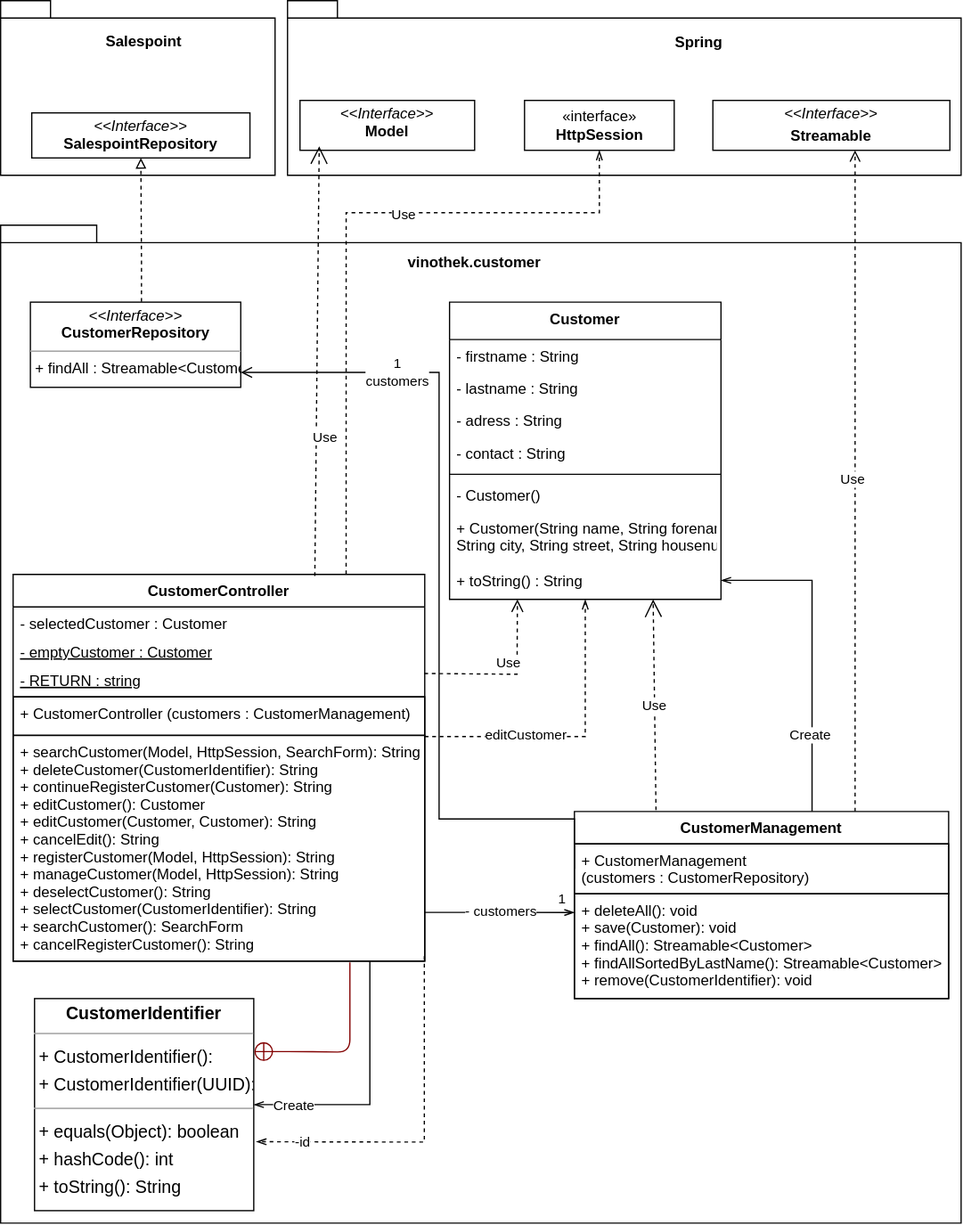
Above: diagrams SWP/Klassendiagramm Customer.drawio.svg in StarSkiller/Diagrams (draw.io), before the change. Source tidied: cells renumbered, new cells last; positions are measured from the earlier drawing's top-left corner, leaving out a move shared by most shapes.
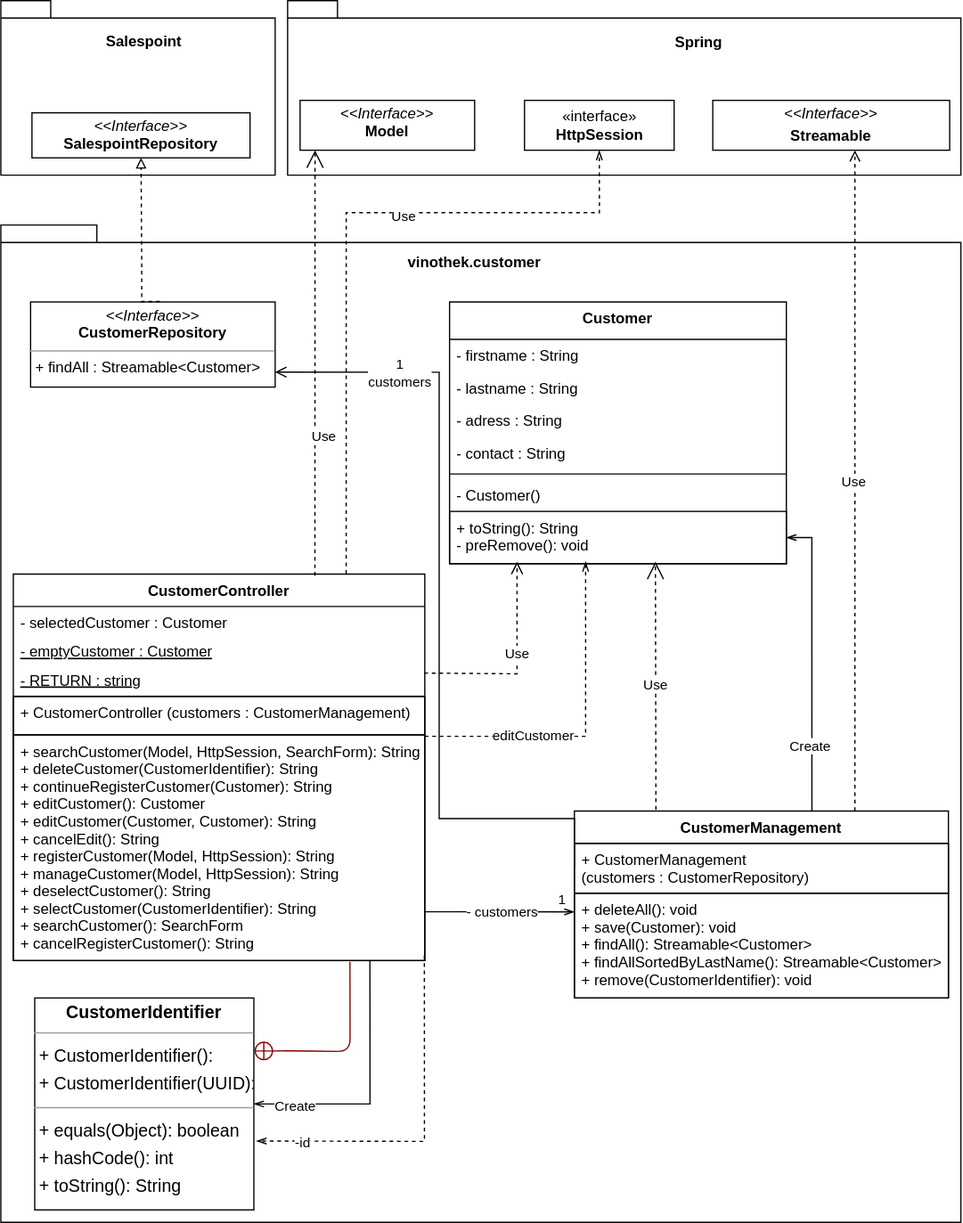
After the commit.

Diff of the diagram source:
```diff
@@ -30,7 +30,7 @@
       <mxGeometry x="349.8" y="17.6" width="60.4" height="22.9" as="geometry" />
     </mxCell>
     <mxCell id="11" value="&lt;p style=&quot;margin:0px;margin-top:4px;text-align:center;&quot;&gt;&lt;i&gt;&amp;lt;&amp;lt;Interface&amp;gt;&amp;gt;&lt;/i&gt;&lt;br&gt;&lt;b&gt;CustomerRepository&lt;/b&gt;&lt;/p&gt;&lt;hr size=&quot;1&quot;&gt;&lt;p style=&quot;margin:0px;margin-left:4px;&quot;&gt;&lt;/p&gt;&lt;p style=&quot;margin:0px;margin-left:4px;&quot;&gt;+ findAll : Streamable&amp;lt;Customer&amp;gt;&lt;br&gt;&lt;/p&gt;" style="verticalAlign=top;align=left;overflow=fill;fontSize=12;fontFamily=Helvetica;html=1;" parent="8" vertex="1">
-      <mxGeometry x="23.9" y="61.7" width="168.6" height="68.3" as="geometry" />
+      <mxGeometry x="23.9" y="61.7" width="196.2" height="68.3" as="geometry" />
     </mxCell>
     <mxCell id="12" style="edgeStyle=orthogonalEdgeStyle;rounded=0;jettySize=auto;html=1;entryX=1;entryY=0.5;entryDx=0;entryDy=0;strokeColor=default;endArrow=openThin;endFill=0;exitX=0.635;exitY=0.009;exitDx=0;exitDy=0;exitPerimeter=0;" parent="8" edge="1" source="14" target="27">
       <mxGeometry relative="1" as="geometry" />
@@ -51,7 +51,7 @@
     </mxCell>
     <mxCell id="17" style="edgeStyle=orthogonalEdgeStyle;rounded=0;jettySize=auto;html=1;exitX=0;exitY=0.5;exitDx=0;exitDy=0;endArrow=open;endFill=0;endSize=7;" parent="8" edge="1" source="15">
       <mxGeometry relative="1" as="geometry">
-        <mxPoint x="192.5" y="118" as="targetPoint" />
+        <mxPoint x="220" y="118" as="targetPoint" />
         <Array as="points">
           <mxPoint x="351.5" y="476" />
           <mxPoint x="351.5" y="118" />
@@ -60,38 +60,37 @@
     </mxCell>
     <mxCell id="18" value="1&lt;br&gt;customers" style="edgeLabel;html=1;align=center;verticalAlign=middle;" parent="17" vertex="1">
       <mxGeometry x="0.92" y="1" relative="1" as="geometry">
-        <mxPoint x="100" y="-1" as="offset" />
+        <mxPoint x="76" y="-1" as="offset" />
       </mxGeometry>
     </mxCell>
     <mxCell id="19" value="Customer" style="swimlane;fontStyle=1;align=center;verticalAlign=top;horizontal=1;startSize=30;rounded=0;shadow=0;strokeWidth=1;" parent="8" vertex="1">
-      <mxGeometry x="359.9" y="61.7" width="217.6" height="238.3" as="geometry" />
+      <mxGeometry x="359.9" y="61.7" width="270.1" height="210" as="geometry" />
     </mxCell>
     <mxCell id="20" value="- firstname : String" style="text;align=left;verticalAlign=top;spacingLeft=4;spacingRight=4;overflow=hidden;" parent="19" vertex="1">
-      <mxGeometry y="30" width="217.6" height="26" as="geometry" />
+      <mxGeometry y="30" width="270.1" height="26" as="geometry" />
     </mxCell>
     <mxCell id="21" value="- lastname : String" style="text;align=left;verticalAlign=top;spacingLeft=4;spacingRight=4;overflow=hidden;rounded=0;shadow=0;html=0;" parent="19" vertex="1">
-      <mxGeometry y="56" width="217.6" height="26" as="geometry" />
+      <mxGeometry y="56" width="270.1" height="26" as="geometry" />
     </mxCell>
     <mxCell id="22" value="- adress : String" style="text;align=left;verticalAlign=top;spacingLeft=4;spacingRight=4;overflow=hidden;rounded=0;shadow=0;html=0;" parent="19" vertex="1">
-      <mxGeometry y="82" width="217.6" height="26" as="geometry" />
+      <mxGeometry y="82" width="270.1" height="26" as="geometry" />
     </mxCell>
     <mxCell id="23" value="- contact : String" style="text;align=left;verticalAlign=top;spacingLeft=4;spacingRight=4;overflow=hidden;rounded=0;shadow=0;html=0;" parent="19" vertex="1">
-      <mxGeometry y="108" width="217.6" height="26" as="geometry" />
+      <mxGeometry y="108" width="270.1" height="26" as="geometry" />
     </mxCell>
     <mxCell id="24" style="line;html=1;strokeWidth=1;align=left;verticalAlign=middle;spacingTop=-1;spacingLeft=3;spacingRight=3;labelPosition=right;" parent="19" vertex="1">
-      <mxGeometry y="134" width="217.6" height="8" as="geometry" />
+      <mxGeometry y="134" width="270.1" height="8" as="geometry" />
     </mxCell>
     <mxCell id="25" value="- Customer()" style="text;align=left;verticalAlign=top;spacingLeft=4;spacingRight=4;overflow=hidden;rounded=0;shadow=0;html=0;" parent="19" vertex="1">
-      <mxGeometry y="142" width="217.6" height="26" as="geometry" />
+      <mxGeometry y="142" width="270.1" height="26" as="geometry" />
     </mxCell>
-    <mxCell id="26" value="+ Customer(String name, String forename, &#10;String city, String street, String housenumber)" style="text;align=left;verticalAlign=top;spacingLeft=4;spacingRight=4;overflow=hidden;" parent="19" vertex="1">
-      <mxGeometry y="168" width="217.6" height="42" as="geometry" />
-    </mxCell>
-    <mxCell id="27" value="+ toString() : String" style="text;align=left;verticalAlign=top;spacingLeft=4;spacingRight=4;overflow=hidden;points=[[0,0.5],[1,0.5]];portConstraint=eastwest;rounded=0;shadow=0;html=0;" parent="19" vertex="1">
-      <mxGeometry y="210" width="217.6" height="26" as="geometry" />
+    <mxCell id="27" value="+ toString(): String&#10;- preRemove(): void" style="text;align=left;verticalAlign=top;spacingLeft=4;spacingRight=4;overflow=hidden;points=[[0,0.5],[1,0.5]];portConstraint=eastwest;rounded=0;shadow=0;html=0;strokeColor=default;" parent="19" vertex="1">
+      <mxGeometry y="168" width="270.1" height="42" as="geometry" />
     </mxCell>
-    <mxCell id="28" value="Use" style="endArrow=open;endSize=12;dashed=1;html=1;rounded=0;exitX=0.218;exitY=-0.007;exitDx=0;exitDy=0;entryX=0.75;entryY=1;entryDx=0;entryDy=0;exitPerimeter=0;" parent="8" edge="1" source="14" target="19">
-      <mxGeometry relative="1" as="geometry" />
+    <mxCell id="28" value="Use" style="endArrow=open;endSize=12;dashed=1;html=1;rounded=0;exitX=0.218;exitY=-0.007;exitDx=0;exitDy=0;exitPerimeter=0;" parent="8" edge="1" source="14">
+      <mxGeometry relative="1" as="geometry">
+        <mxPoint x="525" y="270" as="targetPoint" />
+      </mxGeometry>
     </mxCell>
     <mxCell id="29" style="edgeStyle=orthogonalEdgeStyle;rounded=0;jettySize=auto;html=1;exitX=1;exitY=0.784;exitDx=0;exitDy=0;strokeColor=default;endArrow=openThin;endFill=0;exitPerimeter=0;" parent="8" edge="1" source="38">
       <mxGeometry relative="1" as="geometry">
@@ -132,8 +131,9 @@
     <mxCell id="39" value="+ CustomerController (customers : CustomerManagement)" style="text;align=left;verticalAlign=top;spacingLeft=4;spacingRight=4;overflow=hidden;fontStyle=0;strokeColor=default;" parent="32" vertex="1">
       <mxGeometry y="98" width="330" height="31" as="geometry" />
     </mxCell>
-    <mxCell id="40" value="Use" style="html=1;verticalAlign=bottom;endArrow=open;dashed=1;endSize=8;rounded=0;strokeColor=default;exitX=0.999;exitY=0.329;exitDx=0;exitDy=0;entryX=0.25;entryY=1;entryDx=0;entryDy=0;exitPerimeter=0;" parent="8" edge="1" source="36" target="19">
+    <mxCell id="40" value="Use" style="html=1;verticalAlign=bottom;endArrow=open;dashed=1;endSize=8;rounded=0;strokeColor=default;exitX=0.999;exitY=0.329;exitDx=0;exitDy=0;exitPerimeter=0;" parent="8" edge="1" source="36">
       <mxGeometry relative="1" as="geometry">
+        <mxPoint x="414" y="270" as="targetPoint" />
         <Array as="points">
           <mxPoint x="414" y="360" />
         </Array>
@@ -173,8 +173,9 @@
     <mxCell id="46" value="-id" style="edgeLabel;html=1;align=center;verticalAlign=middle;" parent="45" vertex="1">
       <mxGeometry x="0.74" relative="1" as="geometry" />
     </mxCell>
-    <mxCell id="47" style="edgeStyle=orthogonalEdgeStyle;rounded=0;jettySize=auto;html=1;entryX=0.5;entryY=1;entryDx=0;entryDy=0;dashed=1;strokeColor=default;endArrow=openThin;endFill=0;" parent="8" edge="1" source="38" target="19">
+    <mxCell id="47" style="edgeStyle=orthogonalEdgeStyle;rounded=0;jettySize=auto;html=1;dashed=1;strokeColor=default;endArrow=openThin;endFill=0;" parent="8" edge="1" source="38">
       <mxGeometry relative="1" as="geometry">
+        <mxPoint x="469" y="270" as="targetPoint" />
         <Array as="points">
           <mxPoint x="469" y="410" />
         </Array>
@@ -212,8 +213,10 @@
         <mxPoint y="-156" as="offset" />
       </mxGeometry>
     </mxCell>
-    <mxCell id="55" value="Use" style="endArrow=open;endSize=12;dashed=1;html=1;rounded=0;entryX=0.11;entryY=0.919;entryDx=0;entryDy=0;entryPerimeter=0;exitX=0.733;exitY=0.004;exitDx=0;exitDy=0;exitPerimeter=0;" parent="1" edge="1" source="33" target="51">
-      <mxGeometry x="-0.35" y="-7" relative="1" as="geometry" />
+    <mxCell id="55" value="Use" style="endArrow=open;endSize=12;dashed=1;html=1;rounded=0;exitX=0.733;exitY=0.004;exitDx=0;exitDy=0;exitPerimeter=0;" parent="1" edge="1" source="33">
+      <mxGeometry x="-0.35" y="-7" relative="1" as="geometry">
+        <mxPoint x="252" y="120" as="targetPoint" />
+      </mxGeometry>
     </mxCell>
     <mxCell id="56" value="«interface»&lt;br&gt;&lt;b&gt;HttpSession&lt;/b&gt;" style="html=1;strokeColor=default;" parent="1" vertex="1">
       <mxGeometry x="420" y="80" width="120" height="40" as="geometry" />
```
